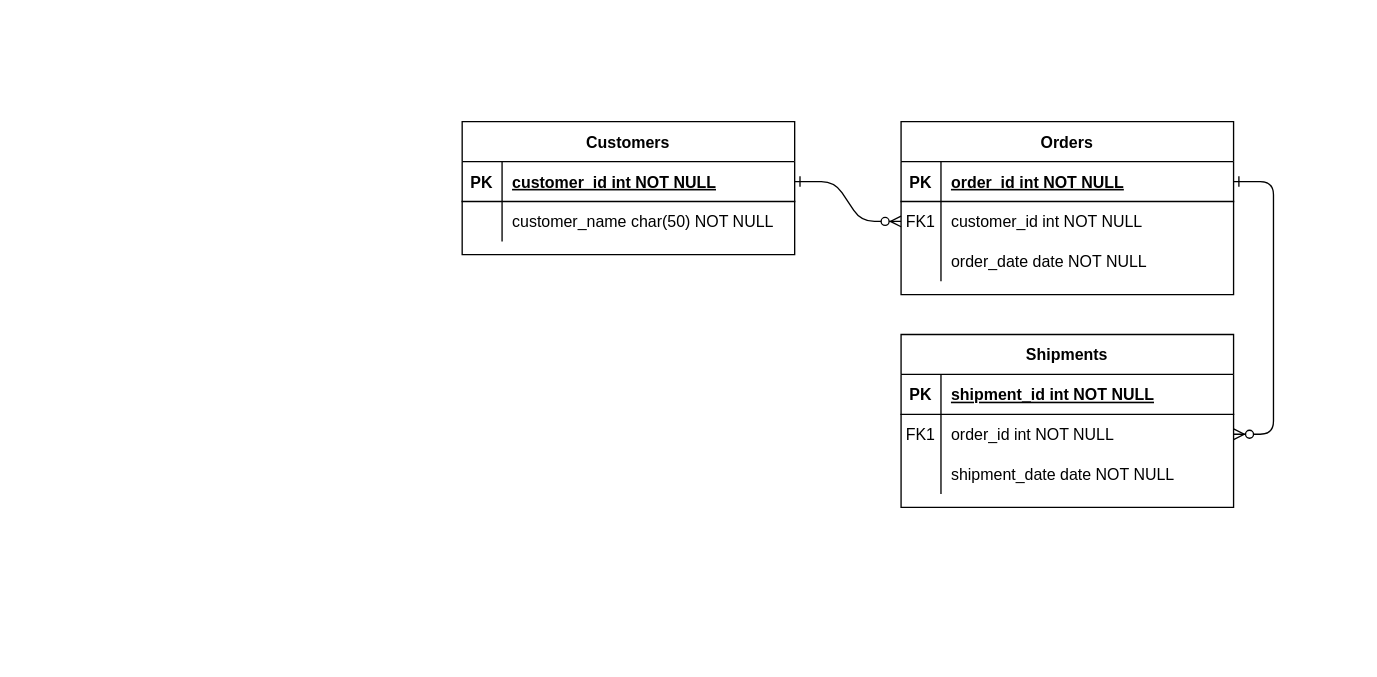
LiannMelanny/DATABASE-DIAGRAM keeps this draw.io diagram as THIRDCONSOLIDATED .drawio. Above is the earlier version. Source tidied: cells renumbered, new cells numbered last; positions are measured from the earlier drawing's top-left corner, leaving out a move shared by most shapes. Both pictures are drawn from the tidied source at 133%, with x=0, y=0 at pixel (462, 121).
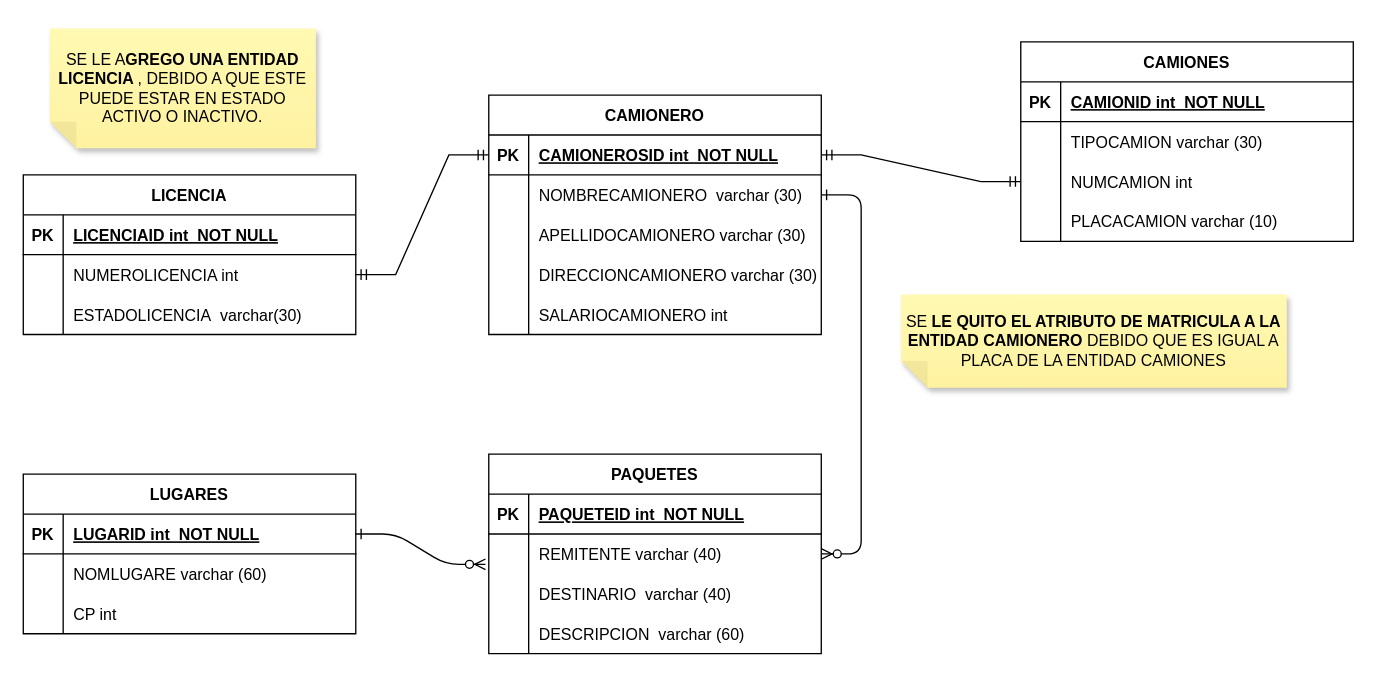
Above is the later version.

The change refers to these unchanged cells:
```xml
<mxCell id="5" style="shape=partialRectangle;fillColor=none;points=[[0,0.5],[1,0.5]];portConstraint=eastwest;top=0;left=0;right=0;bottom=1;" parent="4" vertex="1">
  <mxGeometry y="30" width="250" height="30" as="geometry" />
</mxCell>
<mxCell id="8" style="shape=partialRectangle;fillColor=none;points=[[0,0.5],[1,0.5]];portConstraint=eastwest;top=0;left=0;right=0;bottom=0;" parent="4" vertex="1">
  <mxGeometry y="60" width="250" height="30" as="geometry" />
</mxCell>
<mxCell id="11" style="shape=partialRectangle;fillColor=none;points=[[0,0.5],[1,0.5]];portConstraint=eastwest;top=0;left=0;right=0;bottom=0;" parent="4" vertex="1">
  <mxGeometry y="90" width="250" height="30" as="geometry" />
</mxCell>
<mxCell id="15" style="shape=partialRectangle;fillColor=none;top=0;left=0;right=0;bottom=1;" parent="14" vertex="1">
  <mxGeometry y="30" width="250" height="30" as="geometry" />
</mxCell>
<mxCell id="18" style="shape=partialRectangle;fillColor=none;points=[[0,0.5],[1,0.5]];portConstraint=eastwest;top=0;left=0;right=0;bottom=0;" parent="14" vertex="1">
  <mxGeometry y="60" width="250" height="30" as="geometry" />
</mxCell>
<mxCell id="21" style="shape=partialRectangle;fillColor=none;top=0;left=0;right=0;bottom=0;" parent="14" vertex="1">
  <mxGeometry y="90" width="250" height="30" as="geometry" />
</mxCell>
<mxCell id="25" style="shape=partialRectangle;fillColor=none;points=[[0,0.5],[1,0.5]];portConstraint=eastwest;top=0;left=0;right=0;bottom=1;" parent="24" vertex="1">
  <mxGeometry y="30" width="250" height="30" as="geometry" />
</mxCell>
<mxCell id="28" style="shape=partialRectangle;fillColor=none;points=[[0,0.5],[1,0.5]];portConstraint=eastwest;top=0;left=0;right=0;bottom=0;" parent="24" vertex="1">
  <mxGeometry y="60" width="250" height="30" as="geometry" />
</mxCell>
```

What changed in the source:
```diff
@@
-    <mxCell id="2" style="edgeStyle=entityRelationEdgeStyle;endArrow=ERzeroToMany;startArrow=ERone;endFill=1;startFill=0;" parent="1" edge="1" source="25" target="8">
-      <mxGeometry relative="1" as="geometry" />
-    </mxCell>
-    <mxCell id="3" style="edgeStyle=entityRelationEdgeStyle;endArrow=ERzeroToMany;startArrow=ERone;endFill=1;startFill=0;" parent="1" edge="1" source="5" target="18">
+    <mxCell id="3" style="edgeStyle=entityRelationEdgeStyle;endArrow=ERzeroToMany;startArrow=ERone;endFill=1;startFill=0;exitX=1;exitY=0.5;exitDx=0;exitDy=0;entryX=1;entryY=0.5;entryDx=0;entryDy=0;" parent="1" edge="1" source="54" target="18">
       <mxGeometry relative="1" as="geometry" />
     </mxCell>
-    <mxCell id="4" value="Orders" style="shape=table;startSize=30;childLayout=tableLayout;rowLines=0;fontStyle=1;align=center;" parent="1" vertex="1">
-      <mxGeometry x="330" width="250" height="130" as="geometry" />
+    <mxCell id="4" value="CAMIONES" style="shape=table;startSize=30;childLayout=tableLayout;rowLines=0;fontStyle=1;align=center;" parent="1" vertex="1">
+      <mxGeometry x="420" y="-60" width="250" height="150" as="geometry" />
     </mxCell>
@@
-    <mxCell id="7" value="order_id int NOT NULL " style="shape=partialRectangle;overflow=hidden;fillColor=none;top=0;left=0;bottom=0;right=0;align=left;spacingLeft=6;fontStyle=5;" parent="5" vertex="1">
+    <mxCell id="7" value="CAMIONID int  NOT NULL" style="shape=partialRectangle;overflow=hidden;fillColor=none;top=0;left=0;bottom=0;right=0;align=left;spacingLeft=6;fontStyle=5;" parent="5" vertex="1">
       <mxGeometry x="30" width="220" height="30" as="geometry" />
     </mxCell>
@@
-    <mxCell id="9" value="FK1" style="shape=partialRectangle;overflow=hidden;fillColor=none;top=0;left=0;bottom=0;right=0;" parent="8" vertex="1">
+    <mxCell id="9" style="shape=partialRectangle;overflow=hidden;fillColor=none;top=0;left=0;bottom=0;right=0;" parent="8" vertex="1">
       <mxGeometry width="30" height="30" as="geometry" />
     </mxCell>
-    <mxCell id="10" value="customer_id int NOT NULL" style="shape=partialRectangle;overflow=hidden;fillColor=none;top=0;left=0;bottom=0;right=0;align=left;spacingLeft=6;" parent="8" vertex="1">
+    <mxCell id="10" value="TIPOCAMION varchar (30)" style="shape=partialRectangle;overflow=hidden;fillColor=none;top=0;left=0;bottom=0;right=0;align=left;spacingLeft=6;" parent="8" vertex="1">
       <mxGeometry x="30" width="220" height="30" as="geometry" />
     </mxCell>
@@
-    <mxCell id="13" value="order_date date NOT NULL" style="shape=partialRectangle;overflow=hidden;fillColor=none;top=0;left=0;bottom=0;right=0;align=left;spacingLeft=6;" parent="11" vertex="1">
+    <mxCell id="13" value="NUMCAMION int" style="shape=partialRectangle;overflow=hidden;fillColor=none;top=0;left=0;bottom=0;right=0;align=left;spacingLeft=6;fontStyle=0;" parent="11" vertex="1">
       <mxGeometry x="30" width="220" height="30" as="geometry" />
     </mxCell>
+    <mxCell id="31" style="shape=partialRectangle;fillColor=none;top=0;left=0;right=0;bottom=0;" parent="4" vertex="1">
+      <mxGeometry y="120" width="250" height="30" as="geometry" />
+    </mxCell>
+    <mxCell id="32" style="shape=partialRectangle;overflow=hidden;fillColor=none;top=0;left=0;bottom=0;right=0;" parent="31" vertex="1">
+      <mxGeometry width="30" height="30" as="geometry" />
+    </mxCell>
+    <mxCell id="33" value="PLACACAMION varchar (10)" style="shape=partialRectangle;overflow=hidden;fillColor=none;top=0;left=0;bottom=0;right=0;align=left;spacingLeft=6;fontStyle=0;" parent="31" vertex="1">
+      <mxGeometry x="30" width="220" height="30" as="geometry" />
+    </mxCell>
-    <mxCell id="14" value="Shipments" style="shape=table;startSize=30;childLayout=tableLayout;rowLines=0;fontStyle=1;align=center;" parent="1" vertex="1">
-      <mxGeometry x="330" y="160" width="250" height="130" as="geometry" />
+    <mxCell id="14" value="PAQUETES" style="shape=table;startSize=30;childLayout=tableLayout;rowLines=0;fontStyle=1;align=center;" parent="1" vertex="1">
+      <mxGeometry x="20" y="250" width="250" height="150" as="geometry" />
     </mxCell>
@@
-    <mxCell id="17" value="shipment_id int NOT NULL " style="shape=partialRectangle;overflow=hidden;fillColor=none;top=0;left=0;bottom=0;right=0;align=left;spacingLeft=6;fontStyle=5;" parent="15" vertex="1">
+    <mxCell id="17" value="PAQUETEID int  NOT NULL" style="shape=partialRectangle;overflow=hidden;fillColor=none;top=0;left=0;bottom=0;right=0;align=left;spacingLeft=6;fontStyle=5;" parent="15" vertex="1">
       <mxGeometry x="30" width="220" height="30" as="geometry" />
     </mxCell>
@@
-    <mxCell id="19" value="FK1" style="shape=partialRectangle;overflow=hidden;fillColor=none;top=0;left=0;bottom=0;right=0;" parent="18" vertex="1">
+    <mxCell id="19" style="shape=partialRectangle;overflow=hidden;fillColor=none;top=0;left=0;bottom=0;right=0;" parent="18" vertex="1">
       <mxGeometry width="30" height="30" as="geometry" />
     </mxCell>
-    <mxCell id="20" value="order_id int NOT NULL" style="shape=partialRectangle;overflow=hidden;fillColor=none;top=0;left=0;bottom=0;right=0;align=left;spacingLeft=6;" parent="18" vertex="1">
+    <mxCell id="20" value="REMITENTE varchar (40)" style="shape=partialRectangle;overflow=hidden;fillColor=none;top=0;left=0;bottom=0;right=0;align=left;spacingLeft=6;" parent="18" vertex="1">
       <mxGeometry x="30" width="220" height="30" as="geometry" />
     </mxCell>
@@
-    <mxCell id="23" value="shipment_date date NOT NULL" style="shape=partialRectangle;overflow=hidden;fillColor=none;top=0;left=0;bottom=0;right=0;align=left;spacingLeft=6;" parent="21" vertex="1">
+    <mxCell id="23" value="DESTINARIO  varchar (40)" style="shape=partialRectangle;overflow=hidden;fillColor=none;top=0;left=0;bottom=0;right=0;align=left;spacingLeft=6;" parent="21" vertex="1">
       <mxGeometry x="30" width="220" height="30" as="geometry" />
     </mxCell>
+    <mxCell id="34" style="shape=partialRectangle;fillColor=none;top=0;left=0;right=0;bottom=0;" parent="14" vertex="1">
+      <mxGeometry y="120" width="250" height="30" as="geometry" />
+    </mxCell>
+    <mxCell id="35" style="shape=partialRectangle;overflow=hidden;fillColor=none;top=0;left=0;bottom=0;right=0;" parent="34" vertex="1">
+      <mxGeometry width="30" height="30" as="geometry" />
+    </mxCell>
+    <mxCell id="36" value="DESCRIPCION  varchar (60)" style="shape=partialRectangle;overflow=hidden;fillColor=none;top=0;left=0;bottom=0;right=0;align=left;spacingLeft=6;" parent="34" vertex="1">
+      <mxGeometry x="30" width="220" height="30" as="geometry" />
+    </mxCell>
-    <mxCell id="24" value="Customers" style="shape=table;startSize=30;childLayout=tableLayout;rowLines=0;fontStyle=1;align=center;" parent="1" vertex="1">
-      <mxGeometry width="250" height="100" as="geometry" />
+    <mxCell id="24" value="LICENCIA" style="shape=table;startSize=30;childLayout=tableLayout;rowLines=0;fontStyle=1;align=center;" parent="1" vertex="1">
+      <mxGeometry x="-330" y="40" width="250" height="120" as="geometry" />
     </mxCell>
@@
-    <mxCell id="27" value="customer_id int NOT NULL " style="shape=partialRectangle;overflow=hidden;fillColor=none;top=0;left=0;bottom=0;right=0;align=left;spacingLeft=6;fontStyle=5;" parent="25" vertex="1">
+    <mxCell id="27" value="LICENCIAID int  NOT NULL" style="shape=partialRectangle;overflow=hidden;fillColor=none;top=0;left=0;bottom=0;right=0;align=left;spacingLeft=6;fontStyle=5;" parent="25" vertex="1">
       <mxGeometry x="30" width="220" height="30" as="geometry" />
     </mxCell>
@@
-    <mxCell id="30" value="customer_name char(50) NOT NULL" style="shape=partialRectangle;overflow=hidden;fillColor=none;top=0;left=0;bottom=0;right=0;align=left;spacingLeft=6;" parent="28" vertex="1">
+    <mxCell id="30" value="NUMEROLICENCIA int" style="shape=partialRectangle;overflow=hidden;fillColor=none;top=0;left=0;bottom=0;right=0;align=left;spacingLeft=6;" parent="28" vertex="1">
       <mxGeometry x="30" width="220" height="30" as="geometry" />
     </mxCell>
+    <mxCell id="37" style="shape=partialRectangle;fillColor=none;top=0;left=0;right=0;bottom=0;" parent="24" vertex="1">
+      <mxGeometry y="90" width="250" height="30" as="geometry" />
+    </mxCell>
+    <mxCell id="38" style="shape=partialRectangle;overflow=hidden;fillColor=none;top=0;left=0;bottom=0;right=0;" parent="37" vertex="1">
+      <mxGeometry width="30" height="30" as="geometry" />
+    </mxCell>
+    <mxCell id="39" value="ESTADOLICENCIA  varchar(30)" style="shape=partialRectangle;overflow=hidden;fillColor=none;top=0;left=0;bottom=0;right=0;align=left;spacingLeft=6;" parent="37" vertex="1">
+      <mxGeometry x="30" width="220" height="30" as="geometry" />
+    </mxCell>
+    <mxCell id="40" value="LUGARES" style="shape=table;startSize=30;childLayout=tableLayout;rowLines=0;fontStyle=1;align=center;" parent="1" vertex="1">
+      <mxGeometry x="-330" y="265" width="250" height="120" as="geometry" />
+    </mxCell>
+    <mxCell id="41" style="shape=partialRectangle;fillColor=none;points=[[0,0.5],[1,0.5]];portConstraint=eastwest;top=0;left=0;right=0;bottom=1;" parent="40" vertex="1">
+      <mxGeometry y="30" width="250" height="30" as="geometry" />
+    </mxCell>
+    <mxCell id="42" value="PK" style="shape=partialRectangle;overflow=hidden;fillColor=none;top=0;left=0;bottom=0;right=0;fontStyle=1;" parent="41" vertex="1">
+      <mxGeometry width="30" height="30" as="geometry" />
+    </mxCell>
+    <mxCell id="43" value="LUGARID int  NOT NULL" style="shape=partialRectangle;overflow=hidden;fillColor=none;top=0;left=0;bottom=0;right=0;align=left;spacingLeft=6;fontStyle=5;" parent="41" vertex="1">
+      <mxGeometry x="30" width="220" height="30" as="geometry" />
+    </mxCell>
+    <mxCell id="44" style="shape=partialRectangle;fillColor=none;top=0;left=0;right=0;bottom=0;" parent="40" vertex="1">
+      <mxGeometry y="60" width="250" height="30" as="geometry" />
+    </mxCell>
+    <mxCell id="45" style="shape=partialRectangle;overflow=hidden;fillColor=none;top=0;left=0;bottom=0;right=0;" parent="44" vertex="1">
+      <mxGeometry width="30" height="30" as="geometry" />
+    </mxCell>
+    <mxCell id="46" value="NOMLUGARE varchar (60)" style="shape=partialRectangle;overflow=hidden;fillColor=none;top=0;left=0;bottom=0;right=0;align=left;spacingLeft=6;" parent="44" vertex="1">
+      <mxGeometry x="30" width="220" height="30" as="geometry" />
+    </mxCell>
+    <mxCell id="47" style="shape=partialRectangle;fillColor=none;top=0;left=0;right=0;bottom=0;" parent="40" vertex="1">
+      <mxGeometry y="90" width="250" height="30" as="geometry" />
+    </mxCell>
+    <mxCell id="48" style="shape=partialRectangle;overflow=hidden;fillColor=none;top=0;left=0;bottom=0;right=0;" parent="47" vertex="1">
+      <mxGeometry width="30" height="30" as="geometry" />
+    </mxCell>
+    <mxCell id="49" value="CP int" style="shape=partialRectangle;overflow=hidden;fillColor=none;top=0;left=0;bottom=0;right=0;align=left;spacingLeft=6;" parent="47" vertex="1">
+      <mxGeometry x="30" width="220" height="30" as="geometry" />
+    </mxCell>
+    <mxCell id="50" value="CAMIONERO" style="shape=table;startSize=30;childLayout=tableLayout;rowLines=0;fontStyle=1;align=center;" parent="1" vertex="1">
+      <mxGeometry x="20" y="-20" width="250" height="180" as="geometry" />
+    </mxCell>
+    <mxCell id="51" style="shape=partialRectangle;fillColor=none;points=[[0,0.5],[1,0.5]];portConstraint=eastwest;top=0;left=0;right=0;bottom=1;" parent="50" vertex="1">
+      <mxGeometry y="30" width="250" height="30" as="geometry" />
+    </mxCell>
+    <mxCell id="52" value="PK" style="shape=partialRectangle;overflow=hidden;fillColor=none;top=0;left=0;bottom=0;right=0;fontStyle=1;" parent="51" vertex="1">
+      <mxGeometry width="30" height="30" as="geometry" />
+    </mxCell>
+    <mxCell id="53" value="CAMIONEROSID int  NOT NULL" style="shape=partialRectangle;overflow=hidden;fillColor=none;top=0;left=0;bottom=0;right=0;align=left;spacingLeft=6;fontStyle=5;" parent="51" vertex="1">
+      <mxGeometry x="30" width="220" height="30" as="geometry" />
+    </mxCell>
+    <mxCell id="54" style="shape=partialRectangle;fillColor=none;points=[[0,0.5],[1,0.5]];portConstraint=eastwest;top=0;left=0;right=0;bottom=0;" parent="50" vertex="1">
+      <mxGeometry y="60" width="250" height="30" as="geometry" />
+    </mxCell>
+    <mxCell id="55" style="shape=partialRectangle;overflow=hidden;fillColor=none;top=0;left=0;bottom=0;right=0;" parent="54" vertex="1">
+      <mxGeometry width="30" height="30" as="geometry" />
+    </mxCell>
+    <mxCell id="56" value="NOMBRECAMIONERO  varchar (30)" style="shape=partialRectangle;overflow=hidden;fillColor=none;top=0;left=0;bottom=0;right=0;align=left;spacingLeft=6;" parent="54" vertex="1">
+      <mxGeometry x="30" width="220" height="30" as="geometry" />
+    </mxCell>
+    <mxCell id="57" style="shape=partialRectangle;fillColor=none;top=0;left=0;right=0;bottom=0;" parent="50" vertex="1">
+      <mxGeometry y="90" width="250" height="30" as="geometry" />
+    </mxCell>
+    <mxCell id="58" style="shape=partialRectangle;overflow=hidden;fillColor=none;top=0;left=0;bottom=0;right=0;" parent="57" vertex="1">
+      <mxGeometry width="30" height="30" as="geometry" />
+    </mxCell>
+    <mxCell id="59" value="APELLIDOCAMIONERO varchar (30)" style="shape=partialRectangle;overflow=hidden;fillColor=none;top=0;left=0;bottom=0;right=0;align=left;spacingLeft=6;" parent="57" vertex="1">
+      <mxGeometry x="30" width="220" height="30" as="geometry" />
+    </mxCell>
+    <mxCell id="60" style="shape=partialRectangle;fillColor=none;top=0;left=0;right=0;bottom=0;" parent="50" vertex="1">
+      <mxGeometry y="120" width="250" height="30" as="geometry" />
+    </mxCell>
+    <mxCell id="61" style="shape=partialRectangle;overflow=hidden;fillColor=none;top=0;left=0;bottom=0;right=0;" parent="60" vertex="1">
+      <mxGeometry width="30" height="30" as="geometry" />
+    </mxCell>
+    <mxCell id="62" value="DIRECCIONCAMIONERO varchar (30)" style="shape=partialRectangle;overflow=hidden;fillColor=none;top=0;left=0;bottom=0;right=0;align=left;spacingLeft=6;" parent="60" vertex="1">
+      <mxGeometry x="30" width="220" height="30" as="geometry" />
+    </mxCell>
+    <mxCell id="63" style="shape=partialRectangle;fillColor=none;top=0;left=0;right=0;bottom=0;" parent="50" vertex="1">
+      <mxGeometry y="150" width="250" height="30" as="geometry" />
+    </mxCell>
+    <mxCell id="64" style="shape=partialRectangle;overflow=hidden;fillColor=none;top=0;left=0;bottom=0;right=0;" parent="63" vertex="1">
+      <mxGeometry width="30" height="30" as="geometry" />
+    </mxCell>
+    <mxCell id="65" value="SALARIOCAMIONERO int" style="shape=partialRectangle;overflow=hidden;fillColor=none;top=0;left=0;bottom=0;right=0;align=left;spacingLeft=6;" parent="63" vertex="1">
+      <mxGeometry x="30" width="220" height="30" as="geometry" />
+    </mxCell>
+    <mxCell id="66" style="edgeStyle=entityRelationEdgeStyle;fontSize=12;html=1;endArrow=ERmandOne;startArrow=ERmandOne;rounded=0;entryX=0;entryY=0.5;entryDx=0;entryDy=0;exitX=1;exitY=0.5;exitDx=0;exitDy=0;" parent="1" edge="1" source="28" target="51">
+      <mxGeometry relative="1" as="geometry" />
+    </mxCell>
+    <mxCell id="67" style="edgeStyle=entityRelationEdgeStyle;fontSize=12;html=1;endArrow=ERmandOne;startArrow=ERmandOne;rounded=0;entryX=0;entryY=0.5;entryDx=0;entryDy=0;exitX=1;exitY=0.5;exitDx=0;exitDy=0;" parent="1" edge="1" source="51" target="11">
+      <mxGeometry relative="1" as="geometry" />
+    </mxCell>
+    <mxCell id="68" style="edgeStyle=entityRelationEdgeStyle;endArrow=ERzeroToMany;startArrow=ERone;endFill=1;startFill=0;exitX=1;exitY=0.5;exitDx=0;exitDy=0;entryX=-0.01;entryY=0.76;entryDx=0;entryDy=0;entryPerimeter=0;" parent="1" edge="1" source="41" target="18">
+      <mxGeometry relative="1" as="geometry" />
+    </mxCell>
+    <mxCell id="69" value="SE LE A&lt;b&gt;GREGO UNA ENTIDAD LICENCIA &lt;/b&gt;, DEBIDO A QUE ESTE PUEDE ESTAR EN ESTADO ACTIVO O INACTIVO." style="shape=note;whiteSpace=wrap;html=1;backgroundOutline=1;fontColor=#000000;darkOpacity=0.05;fillColor=#FFF9B2;strokeColor=none;fillStyle=solid;direction=west;gradientDirection=north;gradientColor=#FFF2A1;shadow=1;size=20;" parent="1" vertex="1">
+      <mxGeometry x="-310" y="-70" width="200" height="90" as="geometry" />
+    </mxCell>
+    <mxCell id="70" value="SE &lt;b&gt;LE QUITO EL ATRIBUTO DE MATRICULA A LA ENTIDAD CAMIONERO&amp;nbsp;&lt;/b&gt;DEBIDO QUE ES IGUAL A PLACA DE LA ENTIDAD CAMIONES" style="shape=note;whiteSpace=wrap;html=1;backgroundOutline=1;fontColor=#000000;darkOpacity=0.05;fillColor=#FFF9B2;strokeColor=none;fillStyle=solid;direction=west;gradientDirection=north;gradientColor=#FFF2A1;shadow=1;size=20;" parent="1" vertex="1">
+      <mxGeometry x="330" y="130" width="290" height="70" as="geometry" />
+    </mxCell>
```
